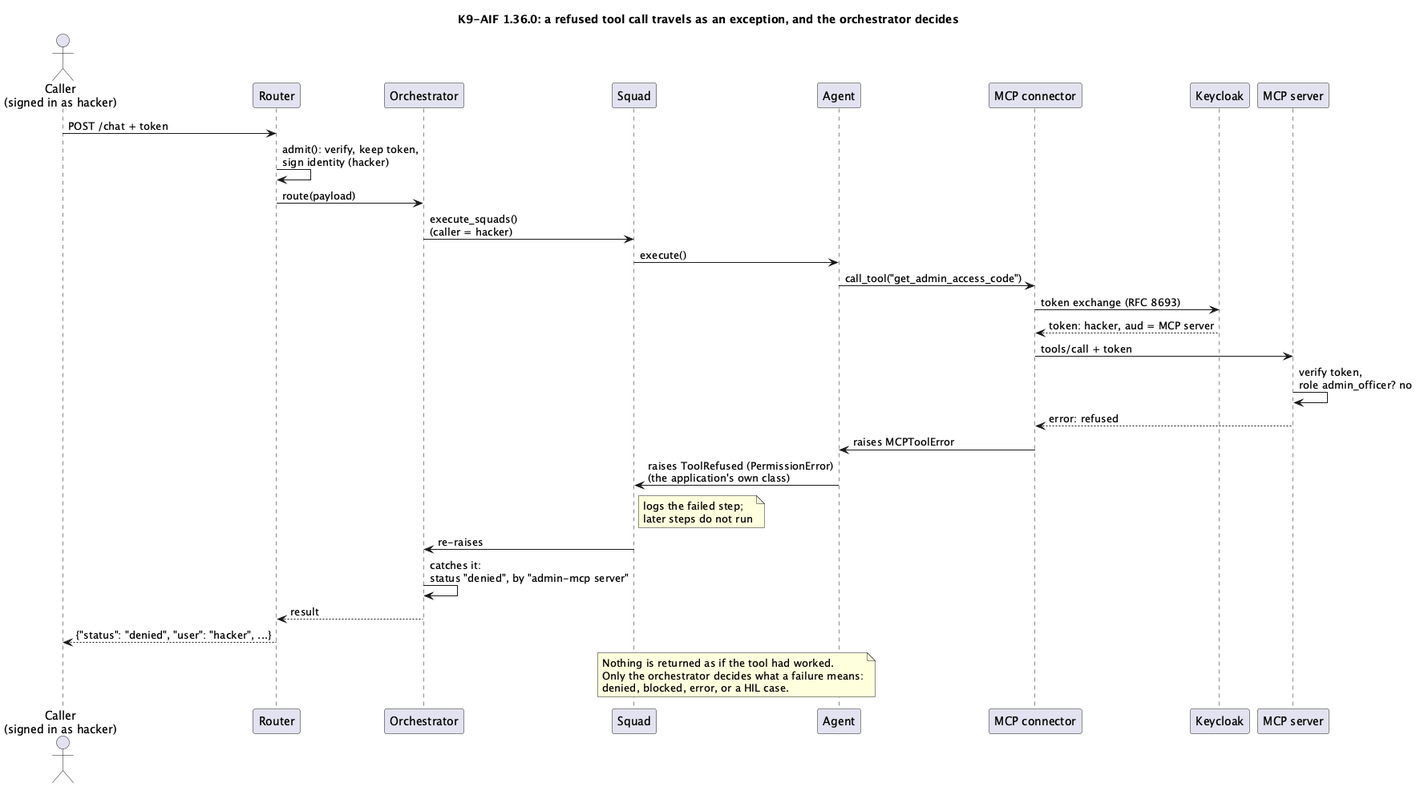
Earlier version of the PlantUML export assets/images/blogs/on_behalf_of_refusal_sequence.png (k9aif/k9-aif-blogs).
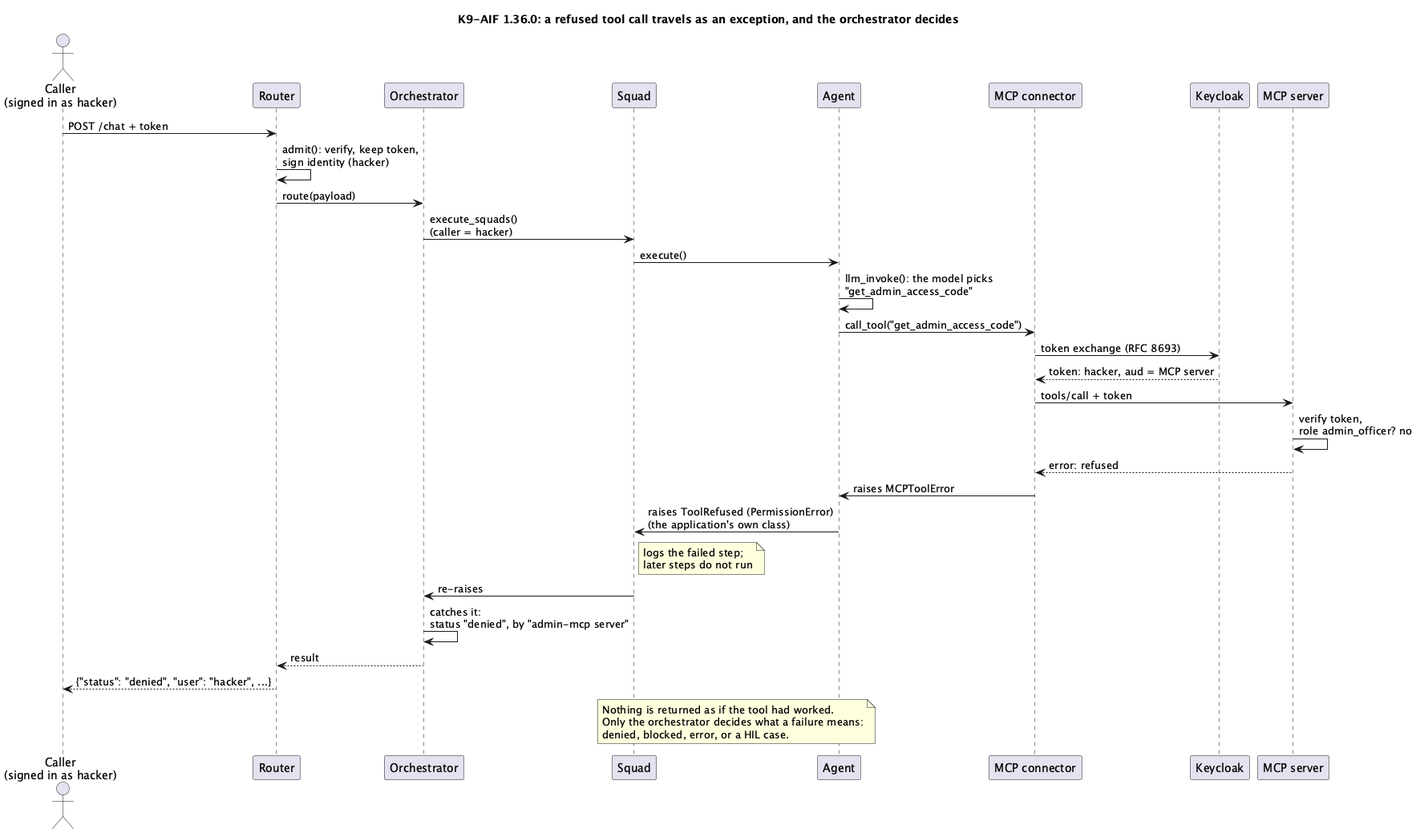
The same diagram one commit later.

Commit message:
Draft: review fixes (manual checks labelled, spec wording, framework vs app in the refusal, token lifetime, model step and agent label in diagrams)

Diff of the diagram source:
```diff
@@ -15,6 +15,7 @@
 R -> O : route(payload)
 O -> S : execute_squads()\n(caller = hacker)
 S -> A : execute()
+A -> A : llm_invoke(): the model picks\n"get_admin_access_code"
 A -> C : call_tool("get_admin_access_code")
 C -> KC : token exchange (RFC 8693)
 KC --> C : token: hacker, aud = MCP server
```
